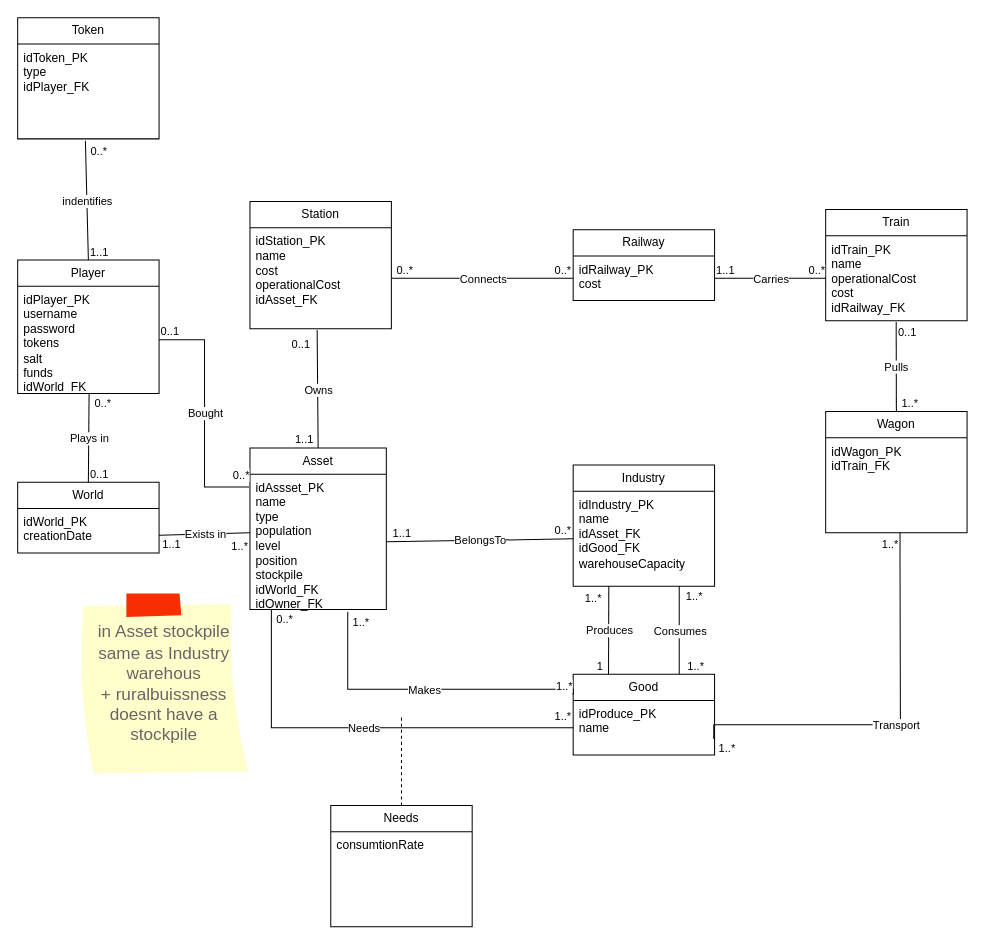
Earlier version of the draw.io diagram BASDO/RailwayImperium.drawio (Finiferp/Railway). Source tidied: cells renumbered, new cells numbered last; positions are measured from the earlier drawing's top-left corner, leaving out a move shared by most shapes. Both pictures are drawn from the tidied source at 101%, with x=0, y=0 at pixel (17, 17).
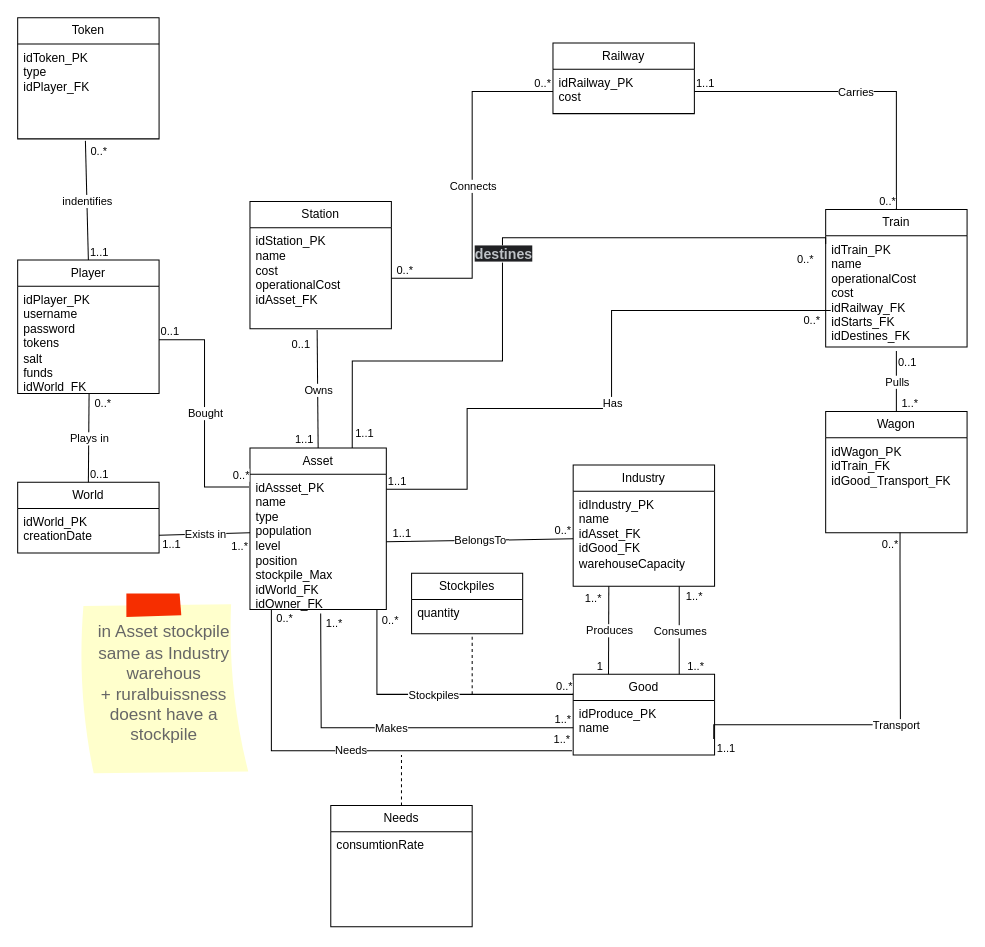
After the change.

Unchanged cells that the change refers to:
```xml
<mxCell id="5" value="idRailway_PK&lt;br&gt;cost" style="text;strokeColor=none;fillColor=none;align=left;verticalAlign=top;spacingLeft=4;spacingRight=4;overflow=hidden;points=[[0,0.5],[1,0.5]];portConstraint=eastwest;whiteSpace=wrap;html=1;" parent="4" vertex="1">
  <mxGeometry y="26" width="140" height="44" as="geometry" />
</mxCell>
<mxCell id="7" value="idStation_PK&lt;br&gt;name&lt;br&gt;cost&lt;br&gt;operationalCost&lt;br&gt;idAsset_FK" style="text;strokeColor=none;fillColor=none;align=left;verticalAlign=top;spacingLeft=4;spacingRight=4;overflow=hidden;points=[[0,0.5],[1,0.5]];portConstraint=eastwest;whiteSpace=wrap;html=1;" parent="6" vertex="1">
  <mxGeometry y="26" width="140" height="100" as="geometry" />
</mxCell>
<mxCell id="12" value="Good" style="swimlane;fontStyle=0;horizontal=1;startSize=26;fillColor=none;whiteSpace=wrap;html=1;" parent="1" vertex="1">
  <mxGeometry x="550" y="650" width="140" height="80" as="geometry" />
</mxCell>
<mxCell id="13" value="idProduce_PK&lt;br&gt;name" style="text;strokeColor=none;fillColor=none;align=left;verticalAlign=top;spacingLeft=4;spacingRight=4;overflow=hidden;points=[[0,0.5],[1,0.5]];portConstraint=eastwest;whiteSpace=wrap;html=1;" parent="12" vertex="1">
  <mxGeometry y="26" width="140" height="54" as="geometry" />
</mxCell>
<mxCell id="48" value="Asset" style="swimlane;fontStyle=0;horizontal=1;startSize=26;fillColor=none;whiteSpace=wrap;html=1;" parent="1" vertex="1">
  <mxGeometry x="230" y="426" width="135" height="160" as="geometry" />
</mxCell>
<mxCell id="58" style="endArrow=none;html=1;rounded=0;endFill=0;entryX=0.994;entryY=0.706;entryDx=0;entryDy=0;entryPerimeter=0;edgeStyle=orthogonalEdgeStyle;exitX=0.526;exitY=0.996;exitDx=0;exitDy=0;exitPerimeter=0;" parent="1" edge="1" source="64" target="13">
  <mxGeometry relative="1" as="geometry">
    <Array as="points">
      <mxPoint x="874" y="540" />
      <mxPoint x="874" y="540" />
      <mxPoint x="874" y="700" />
    </Array>
  </mxGeometry>
</mxCell>
<mxCell id="63" value="Wagon" style="swimlane;fontStyle=0;horizontal=1;startSize=26;fillColor=none;whiteSpace=wrap;html=1;" parent="1" vertex="1">
  <mxGeometry x="800" y="390" width="140" height="120" as="geometry" />
</mxCell>
```

What changed in the source:
```diff
@@
     <mxCell id="4" value="Railway" style="swimlane;fontStyle=0;horizontal=1;startSize=26;fillColor=none;whiteSpace=wrap;html=1;" parent="1" vertex="1">
-      <mxGeometry x="550" y="210" width="140" height="70" as="geometry" />
+      <mxGeometry x="530" y="25" width="140" height="70" as="geometry" />
     </mxCell>
@@
     <mxCell id="14" value="Train" style="swimlane;fontStyle=0;horizontal=1;startSize=26;fillColor=none;whiteSpace=wrap;html=1;" parent="1" vertex="1">
-      <mxGeometry x="800" y="190" width="140" height="110" as="geometry" />
+      <mxGeometry x="800" y="190" width="140" height="136" as="geometry" />
     </mxCell>
-    <mxCell id="15" value="idTrain_PK&lt;br&gt;name&lt;br&gt;operationalCost&lt;br&gt;cost&lt;br&gt;idRailway_FK" style="text;strokeColor=none;fillColor=none;align=left;verticalAlign=top;spacingLeft=4;spacingRight=4;overflow=hidden;points=[[0,0.5],[1,0.5]];portConstraint=eastwest;whiteSpace=wrap;html=1;" parent="14" vertex="1">
-      <mxGeometry y="26" width="140" height="84" as="geometry" />
+    <mxCell id="15" value="idTrain_PK&lt;br&gt;name&lt;br&gt;operationalCost&lt;br&gt;cost&lt;br&gt;idRailway_FK&lt;br&gt;idStarts_FK&lt;br&gt;idDestines_FK" style="text;strokeColor=none;fillColor=none;align=left;verticalAlign=top;spacingLeft=4;spacingRight=4;overflow=hidden;points=[[0,0.5],[1,0.5]];portConstraint=eastwest;whiteSpace=wrap;html=1;" parent="14" vertex="1">
+      <mxGeometry y="26" width="140" height="110" as="geometry" />
     </mxCell>
-    <mxCell id="16" style="endArrow=none;html=1;rounded=0;endFill=0;exitX=0.501;exitY=1.015;exitDx=0;exitDy=0;exitPerimeter=0;entryX=0.5;entryY=0;entryDx=0;entryDy=0;" parent="14" edge="1" target="63">
+    <mxCell id="16" style="endArrow=none;html=1;rounded=0;endFill=0;entryX=0.5;entryY=0;entryDx=0;entryDy=0;" parent="14" edge="1" target="63">
       <mxGeometry relative="1" as="geometry">
-        <mxPoint x="69.8" y="111.3" as="sourcePoint" />
+        <mxPoint x="70" y="140" as="sourcePoint" />
       </mxGeometry>
     </mxCell>
@@
-    <mxCell id="32" style="endArrow=none;html=1;rounded=0;endFill=0;exitX=1;exitY=0.5;exitDx=0;exitDy=0;entryX=0;entryY=0.5;entryDx=0;entryDy=0;" parent="1" edge="1" source="5" target="15">
+    <mxCell id="32" style="endArrow=none;html=1;rounded=0;endFill=0;exitX=1;exitY=0.5;exitDx=0;exitDy=0;entryX=0.5;entryY=0;entryDx=0;entryDy=0;edgeStyle=orthogonalEdgeStyle;" parent="1" edge="1" source="5" target="14">
       <mxGeometry relative="1" as="geometry" />
     </mxCell>
@@
-    <mxCell id="36" style="endArrow=none;html=1;rounded=0;endFill=0;entryX=0;entryY=0.25;entryDx=0;entryDy=0;edgeStyle=orthogonalEdgeStyle;exitX=0.717;exitY=1.016;exitDx=0;exitDy=0;exitPerimeter=0;" parent="1" edge="1" source="49" target="12">
+    <mxCell id="36" style="endArrow=none;html=1;rounded=0;endFill=0;entryX=0;entryY=0.25;entryDx=0;entryDy=0;edgeStyle=orthogonalEdgeStyle;exitX=0.931;exitY=1.003;exitDx=0;exitDy=0;exitPerimeter=0;" parent="1" edge="1" source="49" target="12">
       <mxGeometry relative="1" as="geometry">
         <Array as="points">
-          <mxPoint x="327" y="665" />
+          <mxPoint x="356" y="670" />
         </Array>
       </mxGeometry>
     </mxCell>
-    <mxCell id="37" value="Makes" style="edgeLabel;html=1;align=center;verticalAlign=middle;" parent="36" vertex="1">
+    <mxCell id="37" value="Stockpiles" style="edgeLabel;html=1;align=center;verticalAlign=middle;" parent="36" vertex="1">
       <mxGeometry relative="1" as="geometry" />
     </mxCell>
-    <mxCell id="38" value="1..*" style="edgeLabel;html=1;align=left;verticalAlign=bottom;" parent="36" vertex="1">
+    <mxCell id="38" value="0..*" style="edgeLabel;html=1;align=left;verticalAlign=bottom;" parent="36" vertex="1">
       <mxGeometry x="-1" relative="1" as="geometry">
         <mxPoint x="3" y="19" as="offset" />
       </mxGeometry>
     </mxCell>
-    <mxCell id="39" value="1..*" style="edgeLabel;html=1;align=right;verticalAlign=bottom;" parent="36" vertex="1">
+    <mxCell id="39" value="0..*" style="edgeLabel;html=1;align=right;verticalAlign=bottom;" parent="36" vertex="1">
       <mxGeometry x="1" relative="1" as="geometry" />
     </mxCell>
@@
-    <mxCell id="44" style="endArrow=none;html=1;rounded=0;endFill=0;entryX=1;entryY=0.5;entryDx=0;entryDy=0;exitX=0;exitY=0.5;exitDx=0;exitDy=0;" parent="1" edge="1" source="5" target="7">
+    <mxCell id="44" style="endArrow=none;html=1;rounded=0;endFill=0;entryX=1;entryY=0.5;entryDx=0;entryDy=0;exitX=0;exitY=0.5;exitDx=0;exitDy=0;edgeStyle=orthogonalEdgeStyle;" parent="1" edge="1" source="5" target="7">
       <mxGeometry relative="1" as="geometry" />
     </mxCell>
@@
-    <mxCell id="49" value="idAssset_PK&lt;br&gt;name&lt;br&gt;type&lt;br&gt;population&lt;br&gt;level&lt;br&gt;position&lt;br&gt;stockpile&lt;br&gt;idWorld_FK&lt;br&gt;idOwner_FK" style="text;strokeColor=none;fillColor=none;align=left;verticalAlign=top;spacingLeft=4;spacingRight=4;overflow=hidden;points=[[0,0.5],[1,0.5]];portConstraint=eastwest;whiteSpace=wrap;html=1;" parent="48" vertex="1">
+    <mxCell id="49" value="idAssset_PK&lt;br&gt;name&lt;br&gt;type&lt;br&gt;population&lt;br&gt;level&lt;br&gt;position&lt;br&gt;stockpile_Max&lt;br&gt;idWorld_FK&lt;br&gt;idOwner_FK" style="text;strokeColor=none;fillColor=none;align=left;verticalAlign=top;spacingLeft=4;spacingRight=4;overflow=hidden;points=[[0,0.5],[1,0.5]];portConstraint=eastwest;whiteSpace=wrap;html=1;" parent="48" vertex="1">
       <mxGeometry y="26" width="135" height="134" as="geometry" />
     </mxCell>
@@
-    <mxCell id="60" value="1..*" style="edgeLabel;html=1;align=left;verticalAlign=bottom;" parent="58" vertex="1">
+    <mxCell id="60" value="0..*" style="edgeLabel;html=1;align=left;verticalAlign=bottom;" parent="58" vertex="1">
       <mxGeometry x="-1" relative="1" as="geometry">
         <mxPoint x="-20" y="20" as="offset" />
       </mxGeometry>
     </mxCell>
-    <mxCell id="61" value="1..*" style="edgeLabel;html=1;align=right;verticalAlign=bottom;" parent="58" vertex="1">
+    <mxCell id="61" value="1..1" style="edgeLabel;html=1;align=right;verticalAlign=bottom;" parent="58" vertex="1">
       <mxGeometry x="1" relative="1" as="geometry">
         <mxPoint x="22" y="18" as="offset" />
       </mxGeometry>
     </mxCell>
@@
-    <mxCell id="64" value="idWagon_PK&lt;br&gt;idTrain_FK" style="text;strokeColor=none;fillColor=none;align=left;verticalAlign=top;spacingLeft=4;spacingRight=4;overflow=hidden;points=[[0,0.5],[1,0.5]];portConstraint=eastwest;whiteSpace=wrap;html=1;" parent="63" vertex="1">
+    <mxCell id="64" value="idWagon_PK&lt;br&gt;idTrain_FK&lt;br&gt;idGood_Transport_FK" style="text;strokeColor=none;fillColor=none;align=left;verticalAlign=top;spacingLeft=4;spacingRight=4;overflow=hidden;points=[[0,0.5],[1,0.5]];portConstraint=eastwest;whiteSpace=wrap;html=1;" parent="63" vertex="1">
       <mxGeometry y="26" width="140" height="94" as="geometry" />
     </mxCell>
-    <mxCell id="65" style="endArrow=none;html=1;rounded=0;endFill=0;exitX=0;exitY=0.5;exitDx=0;exitDy=0;edgeStyle=orthogonalEdgeStyle;entryX=0.157;entryY=0.996;entryDx=0;entryDy=0;entryPerimeter=0;" parent="1" edge="1" source="13" target="49">
+    <mxCell id="65" style="endArrow=none;html=1;rounded=0;endFill=0;exitX=-0.008;exitY=0.923;exitDx=0;exitDy=0;edgeStyle=orthogonalEdgeStyle;entryX=0.157;entryY=0.996;entryDx=0;entryDy=0;entryPerimeter=0;exitPerimeter=0;" parent="1" edge="1" source="13" target="49">
       <mxGeometry relative="1" as="geometry" />
     </mxCell>
@@
     <mxCell id="69" style="endArrow=none;html=1;rounded=0;endFill=0;endSize=5;dashed=1;" parent="1" edge="1">
       <mxGeometry relative="1" as="geometry">
         <mxPoint x="380" y="780" as="sourcePoint" />
-        <mxPoint x="380" y="693" as="targetPoint" />
+        <mxPoint x="380" y="730" as="targetPoint" />
       </mxGeometry>
     </mxCell>
@@
+    <mxCell id="82" style="endArrow=none;html=1;rounded=0;endFill=0;entryX=0.75;entryY=0;entryDx=0;entryDy=0;exitX=0;exitY=0.25;exitDx=0;exitDy=0;edgeStyle=orthogonalEdgeStyle;" parent="1" edge="1" source="14" target="48">
+      <mxGeometry relative="1" as="geometry">
+        <Array as="points">
+          <mxPoint x="480" y="218" />
+          <mxPoint x="480" y="340" />
+          <mxPoint x="331" y="340" />
+        </Array>
+      </mxGeometry>
+    </mxCell>
+    <mxCell id="83" value="&lt;b style=&quot;color: rgb(189, 193, 198); font-family: arial, sans-serif; font-size: 14px; text-align: start; background-color: rgb(32, 33, 36);&quot;&gt;destines&lt;/b&gt;" style="edgeLabel;html=1;align=center;verticalAlign=middle;" parent="82" vertex="1">
+      <mxGeometry relative="1" as="geometry" />
+    </mxCell>
+    <mxCell id="84" value="0..*" style="edgeLabel;html=1;align=left;verticalAlign=bottom;" parent="82" vertex="1">
+      <mxGeometry x="-1" relative="1" as="geometry">
+        <mxPoint x="-30" y="23" as="offset" />
+      </mxGeometry>
+    </mxCell>
+    <mxCell id="85" value="1..1" style="edgeLabel;html=1;align=right;verticalAlign=bottom;" parent="82" vertex="1">
+      <mxGeometry x="1" relative="1" as="geometry">
+        <mxPoint x="22" y="-6" as="offset" />
+      </mxGeometry>
+    </mxCell>
+    <mxCell id="86" style="endArrow=none;html=1;rounded=0;endFill=0;entryX=0;entryY=0.798;entryDx=0;entryDy=0;entryPerimeter=0;edgeStyle=orthogonalEdgeStyle;" parent="1" edge="1">
+      <mxGeometry relative="1" as="geometry">
+        <mxPoint x="365" y="467" as="sourcePoint" />
+        <mxPoint x="805" y="290" as="targetPoint" />
+        <Array as="points">
+          <mxPoint x="445" y="467" />
+          <mxPoint x="445" y="387" />
+          <mxPoint x="588" y="387" />
+          <mxPoint x="588" y="290" />
+        </Array>
+      </mxGeometry>
+    </mxCell>
+    <mxCell id="87" value="Has" style="edgeLabel;html=1;align=center;verticalAlign=middle;" parent="86" vertex="1">
+      <mxGeometry relative="1" as="geometry" />
+    </mxCell>
+    <mxCell id="88" value="1..1" style="edgeLabel;html=1;align=left;verticalAlign=bottom;" parent="86" vertex="1">
+      <mxGeometry x="-1" relative="1" as="geometry" />
+    </mxCell>
+    <mxCell id="89" value="0..*" style="edgeLabel;html=1;align=right;verticalAlign=bottom;" parent="86" vertex="1">
+      <mxGeometry x="1" relative="1" as="geometry">
+        <mxPoint x="-10" y="18" as="offset" />
+      </mxGeometry>
+    </mxCell>
+    <mxCell id="90" style="endArrow=none;html=1;rounded=0;endFill=0;exitX=0;exitY=0.5;exitDx=0;exitDy=0;edgeStyle=orthogonalEdgeStyle;" parent="1" edge="1" source="13">
+      <mxGeometry relative="1" as="geometry">
+        <mxPoint x="300" y="590" as="targetPoint" />
+      </mxGeometry>
+    </mxCell>
+    <mxCell id="91" value="Makes" style="edgeLabel;html=1;align=center;verticalAlign=middle;" parent="90" vertex="1">
+      <mxGeometry relative="1" as="geometry" />
+    </mxCell>
+    <mxCell id="92" value="1..*" style="edgeLabel;html=1;align=left;verticalAlign=bottom;" parent="90" vertex="1">
+      <mxGeometry x="-1" relative="1" as="geometry">
+        <mxPoint x="-20" as="offset" />
+      </mxGeometry>
+    </mxCell>
+    <mxCell id="93" value="1..*" style="edgeLabel;html=1;align=right;verticalAlign=bottom;" parent="90" vertex="1">
+      <mxGeometry x="1" relative="1" as="geometry">
+        <mxPoint x="22" y="18" as="offset" />
+      </mxGeometry>
+    </mxCell>
+    <mxCell id="94" value="Stockpiles" style="swimlane;fontStyle=0;horizontal=1;startSize=26;fillColor=none;whiteSpace=wrap;html=1;" parent="1" vertex="1">
+      <mxGeometry x="390" y="550" width="110" height="60" as="geometry" />
+    </mxCell>
+    <mxCell id="95" value="quantity" style="text;strokeColor=none;fillColor=none;align=left;verticalAlign=top;spacingLeft=4;spacingRight=4;overflow=hidden;whiteSpace=wrap;html=1;" parent="94" vertex="1">
+      <mxGeometry y="26" width="110" height="34" as="geometry" />
+    </mxCell>
+    <mxCell id="96" style="endArrow=none;html=1;rounded=0;endFill=0;endSize=5;dashed=1;" parent="1" edge="1">
+      <mxGeometry relative="1" as="geometry">
+        <mxPoint x="450" y="670" as="sourcePoint" />
+        <mxPoint x="450" y="610" as="targetPoint" />
+      </mxGeometry>
+    </mxCell>
```
